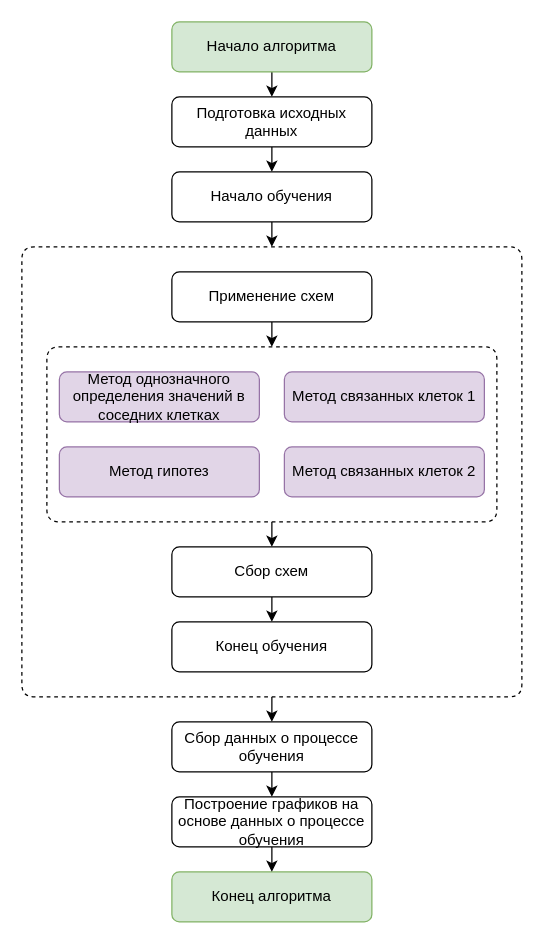
Above: page "Общая блок-схема" (22 of 28) of docs/Описание работы.drawio in xex238/Diploma_2022 (draw.io), before the change. Source tidied: cells renumbered, new cells numbered last; positions are measured from the earlier drawing's top-left corner, leaving out a move shared by most shapes. Both pictures are drawn from the tidied source at 125%, with x=0, y=0 at pixel (21, 21).
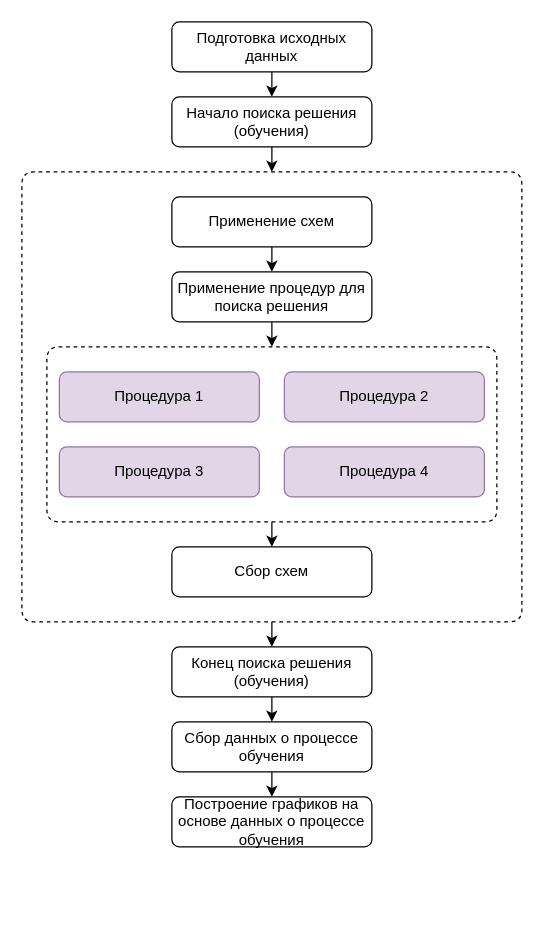
The same page after the edit.

The change refers to these unchanged cells:
```xml
<mxCell id="17" value="Сбор схем" style="rounded=1;whiteSpace=wrap;html=1;" parent="1" vertex="1">
  <mxGeometry x="120" y="420" width="160" height="40" as="geometry" />
</mxCell>
<mxCell id="21" value="Сбор данных о процессе обучения" style="rounded=1;whiteSpace=wrap;html=1;" parent="1" vertex="1">
  <mxGeometry x="120" y="560" width="160" height="40" as="geometry" />
</mxCell>
<mxCell id="23" value="Построение графиков на основе данных о процессе обучения" style="rounded=1;whiteSpace=wrap;html=1;" parent="1" vertex="1">
  <mxGeometry x="120" y="620" width="160" height="40" as="geometry" />
</mxCell>
```

Change to the diagram source:
```diff
@@
-    <mxCell id="2" value="Применение схем" style="rounded=1;whiteSpace=wrap;html=1;" parent="1" vertex="1">
+    <mxCell id="2" value="Применение процедур для поиска решения" style="rounded=1;whiteSpace=wrap;html=1;" parent="1" vertex="1">
       <mxGeometry x="120" y="200" width="160" height="40" as="geometry" />
     </mxCell>
-    <mxCell id="3" style="edgeStyle=orthogonalEdgeStyle;rounded=0;jettySize=auto;html=1;exitX=0.5;exitY=1;exitDx=0;exitDy=0;entryX=0.5;entryY=0;entryDx=0;entryDy=0;" parent="1" edge="1" source="4">
-      <mxGeometry relative="1" as="geometry">
-        <mxPoint x="200" y="180" as="targetPoint" />
-      </mxGeometry>
-    </mxCell>
+    <mxCell id="26" style="edgeStyle=orthogonalEdgeStyle;rounded=0;jettySize=auto;html=1;exitX=0.5;exitY=1;exitDx=0;exitDy=0;" parent="1" edge="1" source="4">
+      <mxGeometry relative="1" as="geometry">
+        <mxPoint x="200" y="120" as="targetPoint" />
+      </mxGeometry>
+    </mxCell>
-    <mxCell id="4" value="Начало обучения" style="rounded=1;whiteSpace=wrap;html=1;" parent="1" vertex="1">
-      <mxGeometry x="120" y="120" width="160" height="40" as="geometry" />
+    <mxCell id="4" value="Начало поиска решения (обучения)" style="rounded=1;whiteSpace=wrap;html=1;" parent="1" vertex="1">
+      <mxGeometry x="120" y="60" width="160" height="40" as="geometry" />
     </mxCell>
-    <mxCell id="5" style="edgeStyle=orthogonalEdgeStyle;rounded=0;jettySize=auto;html=1;exitX=0.5;exitY=1;exitDx=0;exitDy=0;entryX=0.5;entryY=0;entryDx=0;entryDy=0;" parent="1" edge="1" source="6" target="8">
-      <mxGeometry relative="1" as="geometry" />
-    </mxCell>
-    <mxCell id="6" value="Начало алгоритма" style="rounded=1;whiteSpace=wrap;html=1;fillColor=#d5e8d4;strokeColor=#82b366;" parent="1" vertex="1">
-      <mxGeometry x="120" width="160" height="40" as="geometry" />
-    </mxCell>
-    <mxCell id="7" style="edgeStyle=orthogonalEdgeStyle;rounded=0;jettySize=auto;html=1;exitX=0.5;exitY=1;exitDx=0;exitDy=0;entryX=0.5;entryY=0;entryDx=0;entryDy=0;" parent="1" edge="1" source="8" target="4">
-      <mxGeometry relative="1" as="geometry" />
-    </mxCell>
+    <mxCell id="27" style="edgeStyle=orthogonalEdgeStyle;rounded=0;jettySize=auto;html=1;exitX=0.5;exitY=1;exitDx=0;exitDy=0;entryX=0.5;entryY=0;entryDx=0;entryDy=0;" parent="1" edge="1" source="8">
+      <mxGeometry relative="1" as="geometry">
+        <mxPoint x="200" y="60" as="targetPoint" />
+      </mxGeometry>
+    </mxCell>
     <mxCell id="8" value="Подготовка исходных данных" style="rounded=1;whiteSpace=wrap;html=1;" parent="1" vertex="1">
-      <mxGeometry x="120" y="60" width="160" height="40" as="geometry" />
+      <mxGeometry x="120" width="160" height="40" as="geometry" />
     </mxCell>
-    <mxCell id="9" value="Метод однозначного определения значений в соседних клетках" style="rounded=1;whiteSpace=wrap;html=1;fillColor=#e1d5e7;strokeColor=#9673a6;" parent="1" vertex="1">
+    <mxCell id="9" value="Процедура 1" style="rounded=1;whiteSpace=wrap;html=1;fillColor=#e1d5e7;strokeColor=#9673a6;" parent="1" vertex="1">
       <mxGeometry x="30" y="280" width="160" height="40" as="geometry" />
     </mxCell>
-    <mxCell id="10" value="Метод связанных клеток 2" style="rounded=1;whiteSpace=wrap;html=1;fillColor=#e1d5e7;strokeColor=#9673a6;" parent="1" vertex="1">
+    <mxCell id="10" value="Процедура 4" style="rounded=1;whiteSpace=wrap;html=1;fillColor=#e1d5e7;strokeColor=#9673a6;" parent="1" vertex="1">
       <mxGeometry x="210" y="340" width="160" height="40" as="geometry" />
     </mxCell>
-    <mxCell id="11" value="Метод гипотез" style="rounded=1;whiteSpace=wrap;html=1;fillColor=#e1d5e7;strokeColor=#9673a6;" parent="1" vertex="1">
+    <mxCell id="11" value="Процедура 3" style="rounded=1;whiteSpace=wrap;html=1;fillColor=#e1d5e7;strokeColor=#9673a6;" parent="1" vertex="1">
       <mxGeometry x="30" y="340" width="160" height="40" as="geometry" />
     </mxCell>
-    <mxCell id="12" value="Конец алгоритма" style="rounded=1;whiteSpace=wrap;html=1;fillColor=#d5e8d4;strokeColor=#82b366;" parent="1" vertex="1">
-      <mxGeometry x="120" y="680" width="160" height="40" as="geometry" />
-    </mxCell>
-    <mxCell id="13" value="Метод связанных клеток 1" style="rounded=1;whiteSpace=wrap;html=1;fillColor=#e1d5e7;strokeColor=#9673a6;" parent="1" vertex="1">
+    <mxCell id="13" value="Процедура 2" style="rounded=1;whiteSpace=wrap;html=1;fillColor=#e1d5e7;strokeColor=#9673a6;" parent="1" vertex="1">
       <mxGeometry x="210" y="280" width="160" height="40" as="geometry" />
     </mxCell>
@@
-    <mxCell id="16" style="edgeStyle=orthogonalEdgeStyle;rounded=0;jettySize=auto;html=1;exitX=0.5;exitY=1;exitDx=0;exitDy=0;entryX=0.5;entryY=0;entryDx=0;entryDy=0;" parent="1" edge="1" source="17" target="19">
-      <mxGeometry relative="1" as="geometry" />
+    <mxCell id="16" style="edgeStyle=orthogonalEdgeStyle;rounded=0;jettySize=auto;html=1;entryX=0.5;entryY=0;entryDx=0;entryDy=0;" parent="1" edge="1" target="19">
+      <mxGeometry relative="1" as="geometry">
+        <mxPoint x="200" y="480" as="sourcePoint" />
+      </mxGeometry>
     </mxCell>
@@
+    <mxCell id="28" style="edgeStyle=orthogonalEdgeStyle;rounded=0;jettySize=auto;html=1;exitX=0.5;exitY=1;exitDx=0;exitDy=0;entryX=0.5;entryY=0;entryDx=0;entryDy=0;" parent="1" edge="1" source="19" target="21">
+      <mxGeometry relative="1" as="geometry" />
+    </mxCell>
-    <mxCell id="19" value="Конец обучения" style="rounded=1;whiteSpace=wrap;html=1;" parent="1" vertex="1">
-      <mxGeometry x="120" y="480" width="160" height="40" as="geometry" />
+    <mxCell id="19" value="Конец поиска решения (обучения)" style="rounded=1;whiteSpace=wrap;html=1;" parent="1" vertex="1">
+      <mxGeometry x="120" y="500" width="160" height="40" as="geometry" />
     </mxCell>
@@
-    <mxCell id="22" style="edgeStyle=orthogonalEdgeStyle;rounded=0;jettySize=auto;html=1;exitX=0.5;exitY=1;exitDx=0;exitDy=0;entryX=0.5;entryY=0;entryDx=0;entryDy=0;" parent="1" edge="1" source="23" target="12">
-      <mxGeometry relative="1" as="geometry" />
-    </mxCell>
@@
     <mxCell id="24" style="endArrow=none;html=1;dashed=1;" parent="1" edge="1">
       <mxGeometry relative="1" as="geometry">
         <mxPoint y="250" as="sourcePoint" />
         <mxPoint y="250" as="targetPoint" />
         <Array as="points">
-          <mxPoint y="540" />
-          <mxPoint x="400" y="540" />
-          <mxPoint x="400" y="180" />
-          <mxPoint y="180" />
+          <mxPoint y="480" />
+          <mxPoint x="400" y="480" />
+          <mxPoint x="400" y="120" />
+          <mxPoint y="120" />
         </Array>
       </mxGeometry>
     </mxCell>
-    <mxCell id="25" style="endArrow=classic;html=1;entryX=0.5;entryY=0;entryDx=0;entryDy=0;" parent="1" edge="1" target="21">
-      <mxGeometry relative="1" as="geometry">
-        <mxPoint x="200" y="540" as="sourcePoint" />
-      </mxGeometry>
-    </mxCell>
+    <mxCell id="29" style="edgeStyle=orthogonalEdgeStyle;rounded=0;jettySize=auto;html=1;exitX=0.5;exitY=1;exitDx=0;exitDy=0;entryX=0.5;entryY=0;entryDx=0;entryDy=0;" parent="1" edge="1" source="30" target="2">
+      <mxGeometry relative="1" as="geometry" />
+    </mxCell>
+    <mxCell id="30" value="Применение схем" style="rounded=1;whiteSpace=wrap;html=1;" parent="1" vertex="1">
+      <mxGeometry x="120" y="140" width="160" height="40" as="geometry" />
+    </mxCell>
```
